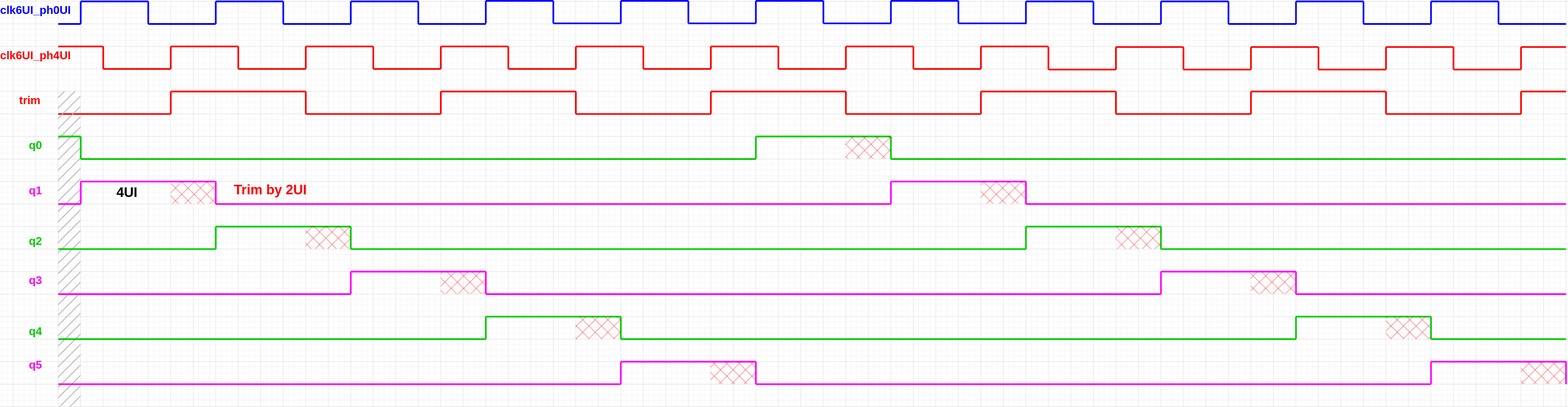
Above: source/_posts/ti-adc/th2ck_36ui_4ui.drawio.svg in raytroop/raytroop.github.io (draw.io), before the change. Source tidied: cells renumbered, new cells last; positions are measured from the earlier drawing's top-left corner, leaving out a move shared by most shapes.
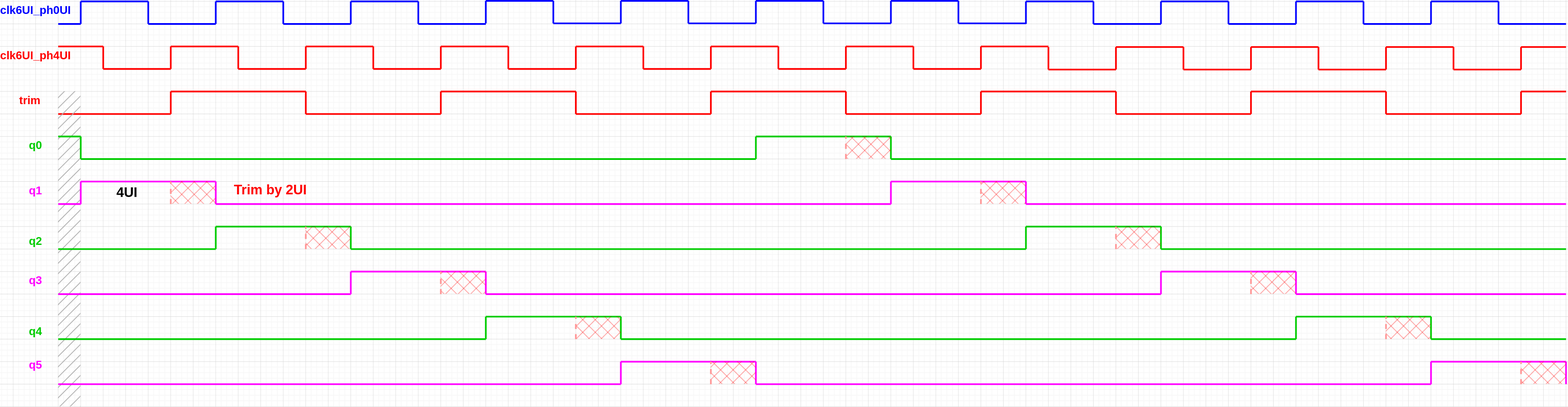
After the change.

Diff of the diagram source:
```diff
@@ -1055,5 +1055,70 @@
     <mxCell id="188" value="&lt;font style=&quot;font-size: 24px;&quot;&gt;&lt;b&gt;4UI&lt;/b&gt;&lt;/font&gt;" style="text;html=1;whiteSpace=wrap;strokeColor=none;fillColor=none;align=center;verticalAlign=middle;rounded=0;fontColor=#000000;fontSize=16;" parent="1" vertex="1">
       <mxGeometry x="125" y="326" width="155" height="30" as="geometry" />
     </mxCell>
+    <mxCell id="189" style="endArrow=none;html=1;rounded=0;defaultLabelBackgroundColor=page;exitX=0;exitY=1;exitDx=0;exitDy=0;strokeWidth=3;strokeColor=#FF9999;dashed=1;" parent="1" edge="1" source="182">
+      <mxGeometry relative="1" as="geometry">
+        <mxPoint x="280" y="321" as="targetPoint" />
+      </mxGeometry>
+    </mxCell>
+    <mxCell id="190" style="endArrow=none;html=1;rounded=0;defaultLabelBackgroundColor=page;exitX=0;exitY=1;exitDx=0;exitDy=0;strokeWidth=3;strokeColor=#FF9999;dashed=1;" parent="1" edge="1">
+      <mxGeometry relative="1" as="geometry">
+        <mxPoint x="520" y="441" as="sourcePoint" />
+        <mxPoint x="520" y="401" as="targetPoint" />
+      </mxGeometry>
+    </mxCell>
+    <mxCell id="191" style="endArrow=none;html=1;rounded=0;defaultLabelBackgroundColor=page;exitX=0;exitY=1;exitDx=0;exitDy=0;strokeWidth=3;strokeColor=#FF9999;dashed=1;" parent="1" edge="1">
+      <mxGeometry relative="1" as="geometry">
+        <mxPoint x="760" y="521" as="sourcePoint" />
+        <mxPoint x="760" y="481" as="targetPoint" />
+      </mxGeometry>
+    </mxCell>
+    <mxCell id="192" style="endArrow=none;html=1;rounded=0;defaultLabelBackgroundColor=page;exitX=0;exitY=1;exitDx=0;exitDy=0;strokeWidth=3;strokeColor=#FF9999;dashed=1;" parent="1" edge="1">
+      <mxGeometry relative="1" as="geometry">
+        <mxPoint x="1000" y="601" as="sourcePoint" />
+        <mxPoint x="1000" y="561" as="targetPoint" />
+      </mxGeometry>
+    </mxCell>
+    <mxCell id="193" style="endArrow=none;html=1;rounded=0;defaultLabelBackgroundColor=page;exitX=0;exitY=1;exitDx=0;exitDy=0;strokeWidth=3;strokeColor=#FF9999;dashed=1;" parent="1" edge="1">
+      <mxGeometry relative="1" as="geometry">
+        <mxPoint x="1240" y="681" as="sourcePoint" />
+        <mxPoint x="1240" y="641" as="targetPoint" />
+      </mxGeometry>
+    </mxCell>
+    <mxCell id="194" style="endArrow=none;html=1;rounded=0;defaultLabelBackgroundColor=page;exitX=0;exitY=1;exitDx=0;exitDy=0;strokeWidth=3;strokeColor=#FF9999;dashed=1;" parent="1" edge="1">
+      <mxGeometry relative="1" as="geometry">
+        <mxPoint x="1480" y="281" as="sourcePoint" />
+        <mxPoint x="1480" y="241" as="targetPoint" />
+      </mxGeometry>
+    </mxCell>
+    <mxCell id="195" style="endArrow=none;html=1;rounded=0;defaultLabelBackgroundColor=page;exitX=0;exitY=1;exitDx=0;exitDy=0;strokeWidth=3;strokeColor=#FF9999;dashed=1;" parent="1" edge="1">
+      <mxGeometry relative="1" as="geometry">
+        <mxPoint x="1720" y="361" as="sourcePoint" />
+        <mxPoint x="1720" y="321" as="targetPoint" />
+      </mxGeometry>
+    </mxCell>
+    <mxCell id="196" style="endArrow=none;html=1;rounded=0;defaultLabelBackgroundColor=page;exitX=0;exitY=1;exitDx=0;exitDy=0;strokeWidth=3;strokeColor=#FF9999;dashed=1;" parent="1" edge="1">
+      <mxGeometry relative="1" as="geometry">
+        <mxPoint x="1960" y="441" as="sourcePoint" />
+        <mxPoint x="1960" y="401" as="targetPoint" />
+      </mxGeometry>
+    </mxCell>
+    <mxCell id="197" style="endArrow=none;html=1;rounded=0;defaultLabelBackgroundColor=page;exitX=0;exitY=1;exitDx=0;exitDy=0;strokeWidth=3;strokeColor=#FF9999;dashed=1;" parent="1" edge="1">
+      <mxGeometry relative="1" as="geometry">
+        <mxPoint x="2200" y="521" as="sourcePoint" />
+        <mxPoint x="2200" y="481" as="targetPoint" />
+      </mxGeometry>
+    </mxCell>
+    <mxCell id="198" style="endArrow=none;html=1;rounded=0;defaultLabelBackgroundColor=page;exitX=0;exitY=1;exitDx=0;exitDy=0;strokeWidth=3;strokeColor=#FF9999;dashed=1;" parent="1" edge="1">
+      <mxGeometry relative="1" as="geometry">
+        <mxPoint x="2440" y="601" as="sourcePoint" />
+        <mxPoint x="2440" y="561" as="targetPoint" />
+      </mxGeometry>
+    </mxCell>
+    <mxCell id="199" style="endArrow=none;html=1;rounded=0;defaultLabelBackgroundColor=page;exitX=0;exitY=1;exitDx=0;exitDy=0;strokeWidth=3;strokeColor=#FF9999;dashed=1;" parent="1" edge="1">
+      <mxGeometry relative="1" as="geometry">
+        <mxPoint x="2680" y="681" as="sourcePoint" />
+        <mxPoint x="2680" y="641" as="targetPoint" />
+      </mxGeometry>
+    </mxCell>
   </root>
 </mxGraphModel>
```
